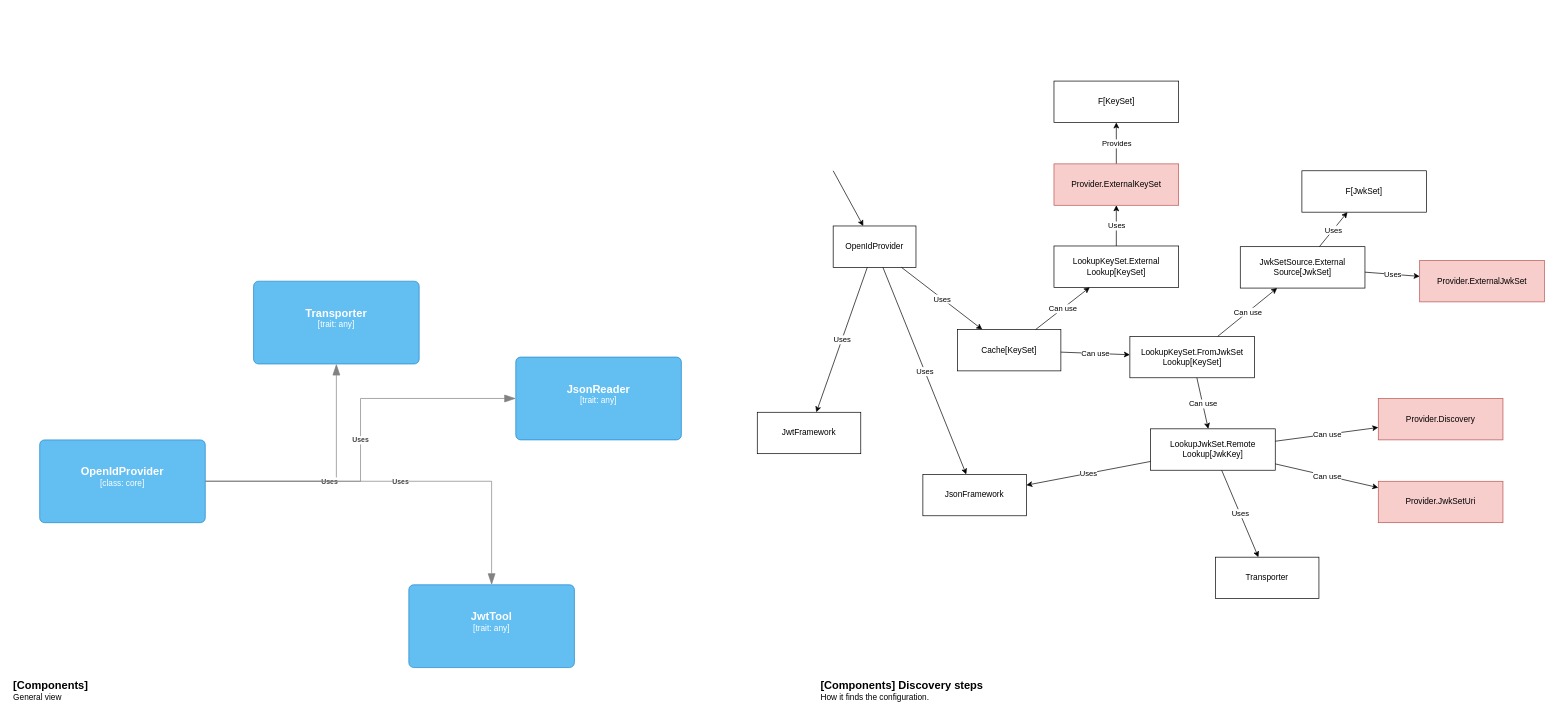
Before: doc.drawio in estrondo/moidc4s, a draw.io diagram. Source tidied: cells renumbered, new cells numbered last; positions are measured from the earlier drawing's top-left corner, leaving out a move shared by most shapes. Both pictures are drawn from the tidied source at 69%, with x=0, y=0 at pixel (12, 81).
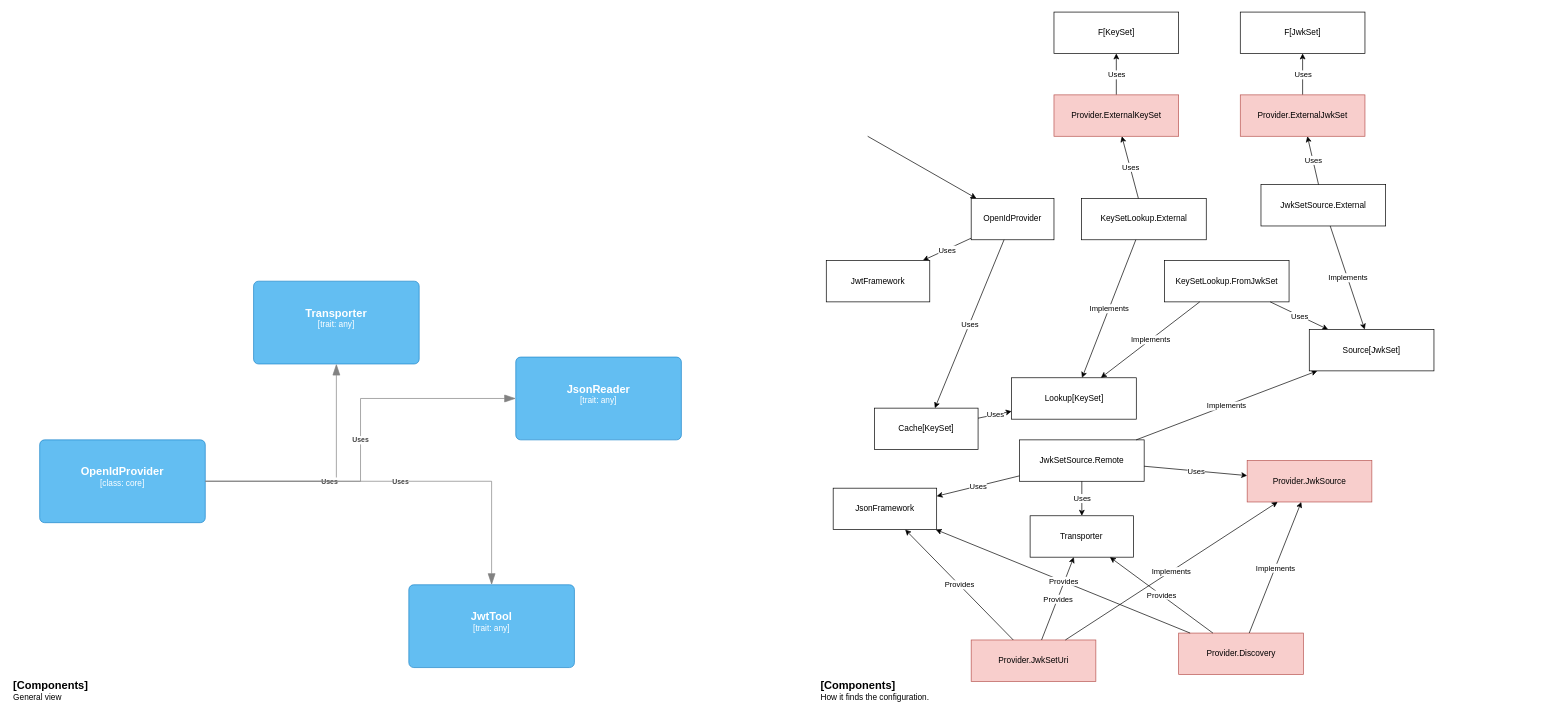
The same page after the edit.

The change refers to these unchanged cells:
```xml
<mxCell id="41" style="endArrow=classic;html=1;rounded=0;" parent="1" edge="1" source="52" target="40">
  <mxGeometry relative="1" as="geometry" />
</mxCell>
```

The edit, as a diff of the source:
```diff
@@
-    <object id="10" label="&lt;font style=&quot;font-size: 16px&quot;&gt;&lt;b&gt;&lt;div style=&quot;text-align: left&quot;&gt;%c4Name%&lt;/div&gt;&lt;/b&gt;&lt;/font&gt;&lt;div style=&quot;text-align: left&quot;&gt;%c4Description%&lt;/div&gt;" c4Description="How it finds the configuration." c4Name="[Components] Discovery steps" placeholders="1">
+    <object id="10" label="&lt;font style=&quot;font-size: 16px&quot;&gt;&lt;b&gt;&lt;div style=&quot;text-align: left&quot;&gt;%c4Name%&lt;/div&gt;&lt;/b&gt;&lt;/font&gt;&lt;div style=&quot;text-align: left&quot;&gt;%c4Description%&lt;/div&gt;" c4Description="How it finds the configuration." c4Name="[Components]" placeholders="1">
       <mxCell style="text;html=1;strokeColor=none;fillColor=none;align=left;verticalAlign=top;whiteSpace=wrap;rounded=0;" parent="1" vertex="1">
         <mxGeometry x="1170" y="860" width="260" height="40" as="geometry" />
       </mxCell>
     </object>
     <mxCell id="11" value="OpenIdProvider" style="rounded=0;whiteSpace=wrap;html=1;" parent="1" vertex="1">
-      <mxGeometry x="1190" y="210" width="120" height="60" as="geometry" />
+      <mxGeometry x="1390" y="170" width="120" height="60" as="geometry" />
     </mxCell>
     <mxCell id="12" style="endArrow=classic;html=1;rounded=0;" parent="1" edge="1" target="11">
       <mxGeometry relative="1" as="geometry">
-        <mxPoint x="1190" y="130" as="sourcePoint" />
+        <mxPoint x="1240" y="80" as="sourcePoint" />
       </mxGeometry>
     </mxCell>
     <mxCell id="13" value="Transporter" style="rounded=0;whiteSpace=wrap;html=1;" parent="1" vertex="1">
-      <mxGeometry x="1744" y="690" width="150" height="60" as="geometry" />
+      <mxGeometry x="1475.4" y="630" width="150" height="60" as="geometry" />
     </mxCell>
     <mxCell id="14" value="JsonFramework" style="rounded=0;whiteSpace=wrap;html=1;" parent="1" vertex="1">
-      <mxGeometry x="1320" y="570" width="150" height="60" as="geometry" />
+      <mxGeometry x="1190" y="590" width="150" height="60" as="geometry" />
     </mxCell>
     <mxCell id="15" value="Cache[KeySet]" style="rounded=0;whiteSpace=wrap;html=1;" parent="1" vertex="1">
-      <mxGeometry x="1370" y="360" width="150" height="60" as="geometry" />
+      <mxGeometry x="1250" y="474" width="150" height="60" as="geometry" />
     </mxCell>
@@
     <mxCell id="20" value="JwtFramework" style="rounded=0;whiteSpace=wrap;html=1;" parent="1" vertex="1">
-      <mxGeometry x="1080" y="480" width="150" height="60" as="geometry" />
+      <mxGeometry x="1180" y="260" width="150" height="60" as="geometry" />
     </mxCell>
-    <mxCell id="21" value="LookupKeySet.FromJwkSet&lt;br&gt;Lookup[KeySet]" style="rounded=0;whiteSpace=wrap;html=1;" parent="1" vertex="1">
-      <mxGeometry x="1620" y="370" width="180.7" height="60" as="geometry" />
+    <mxCell id="21" value="KeySetLookup.FromJwkSet" style="rounded=0;whiteSpace=wrap;html=1;" parent="1" vertex="1">
+      <mxGeometry x="1670" y="260" width="180.7" height="60" as="geometry" />
     </mxCell>
-    <mxCell id="22" style="endArrow=classic;html=1;rounded=0;" parent="1" edge="1" source="15" target="21">
-      <mxGeometry relative="1" as="geometry" />
-    </mxCell>
-    <mxCell id="23" value="Can use" style="edgeLabel;html=1;align=center;verticalAlign=middle;" parent="22" vertex="1">
-      <mxGeometry relative="1" as="geometry" />
-    </mxCell>
-    <mxCell id="24" value="LookupJwkSet.Remote&lt;br&gt;Lookup[JwkKey]" style="rounded=0;whiteSpace=wrap;html=1;" parent="1" vertex="1">
-      <mxGeometry x="1650" y="504" width="180.7" height="60" as="geometry" />
+    <mxCell id="24" value="JwkSetSource.Remote" style="rounded=0;whiteSpace=wrap;html=1;" parent="1" vertex="1">
+      <mxGeometry x="1460" y="520" width="180.7" height="60" as="geometry" />
     </mxCell>
-    <mxCell id="25" style="endArrow=classic;html=1;rounded=0;" parent="1" edge="1" source="21" target="24">
+    <mxCell id="25" style="endArrow=classic;html=1;rounded=0;" parent="1" edge="1" source="24" target="57">
       <mxGeometry relative="1" as="geometry" />
     </mxCell>
-    <mxCell id="26" value="Can use" style="edgeLabel;html=1;align=center;verticalAlign=middle;" parent="25" vertex="1">
+    <mxCell id="26" value="&lt;div&gt;Implements&lt;/div&gt;" style="edgeLabel;html=1;align=center;verticalAlign=middle;" parent="25" vertex="1">
       <mxGeometry relative="1" as="geometry" />
     </mxCell>
-    <mxCell id="27" value="JwkSetSource.External&lt;br&gt;Source[JwkSet]" style="rounded=0;whiteSpace=wrap;html=1;" parent="1" vertex="1">
-      <mxGeometry x="1780" y="240" width="180.7" height="60" as="geometry" />
+    <mxCell id="27" value="JwkSetSource.External" style="rounded=0;whiteSpace=wrap;html=1;" parent="1" vertex="1">
+      <mxGeometry x="1810" y="150" width="180.7" height="60" as="geometry" />
     </mxCell>
-    <mxCell id="28" style="endArrow=classic;html=1;rounded=0;" parent="1" edge="1" source="21" target="27">
+    <mxCell id="28" style="endArrow=classic;html=1;rounded=0;" parent="1" edge="1" source="21" target="57">
       <mxGeometry relative="1" as="geometry" />
     </mxCell>
-    <mxCell id="29" value="Can use" style="edgeLabel;html=1;align=center;verticalAlign=middle;" parent="28" vertex="1">
+    <mxCell id="29" value="Uses" style="edgeLabel;html=1;align=center;verticalAlign=middle;" parent="28" vertex="1">
       <mxGeometry relative="1" as="geometry" />
     </mxCell>
     <mxCell id="30" value="F[JwkSet]" style="rounded=0;whiteSpace=wrap;html=1;" parent="1" vertex="1">
-      <mxGeometry x="1869.3" y="130" width="180.7" height="60" as="geometry" />
+      <mxGeometry x="1780" y="-100" width="180.7" height="60" as="geometry" />
     </mxCell>
-    <mxCell id="31" style="endArrow=classic;html=1;rounded=0;" parent="1" edge="1" source="27" target="30">
+    <mxCell id="31" style="endArrow=classic;html=1;rounded=0;" parent="1" edge="1" source="49" target="30">
       <mxGeometry relative="1" as="geometry" />
     </mxCell>
@@
-    <mxCell id="37" value="LookupKeySet.External&lt;br&gt;Lookup[KeySet]" style="rounded=0;whiteSpace=wrap;html=1;" parent="1" vertex="1">
-      <mxGeometry x="1510" y="239" width="180.7" height="60" as="geometry" />
+    <mxCell id="37" value="&lt;div&gt;KeySetLookup.External&lt;/div&gt;" style="rounded=0;whiteSpace=wrap;html=1;" parent="1" vertex="1">
+      <mxGeometry x="1550" y="170" width="180.7" height="60" as="geometry" />
     </mxCell>
-    <mxCell id="38" style="endArrow=classic;html=1;rounded=0;" parent="1" edge="1" source="15" target="37">
+    <mxCell id="38" style="endArrow=classic;html=1;rounded=0;" parent="1" edge="1" source="15" target="60">
       <mxGeometry relative="1" as="geometry" />
     </mxCell>
-    <mxCell id="39" value="Can use" style="edgeLabel;html=1;align=center;verticalAlign=middle;" parent="38" vertex="1">
+    <mxCell id="39" value="Uses" style="edgeLabel;html=1;align=center;verticalAlign=middle;" parent="38" vertex="1">
       <mxGeometry relative="1" as="geometry" />
     </mxCell>
     <mxCell id="40" value="F[KeySet]" style="rounded=0;whiteSpace=wrap;html=1;" parent="1" vertex="1">
-      <mxGeometry x="1510" width="180.7" height="60" as="geometry" />
+      <mxGeometry x="1510" y="-100" width="180.7" height="60" as="geometry" />
     </mxCell>
@@
-    <mxCell id="42" value="Provides" style="edgeLabel;html=1;align=center;verticalAlign=middle;" parent="41" vertex="1">
+    <mxCell id="42" value="Uses" style="edgeLabel;html=1;align=center;verticalAlign=middle;" parent="41" vertex="1">
       <mxGeometry relative="1" as="geometry" />
     </mxCell>
     <mxCell id="43" value="Provider.Discovery" style="rounded=0;whiteSpace=wrap;html=1;fillColor=#f8cecc;strokeColor=#b85450;" parent="1" vertex="1">
-      <mxGeometry x="1980" y="460" width="180.7" height="60" as="geometry" />
+      <mxGeometry x="1690.7" y="800" width="180.7" height="60" as="geometry" />
     </mxCell>
     <mxCell id="44" value="Provider.JwkSetUri" style="rounded=0;whiteSpace=wrap;html=1;fillColor=#f8cecc;strokeColor=#b85450;" parent="1" vertex="1">
-      <mxGeometry x="1980" y="580" width="180.7" height="60" as="geometry" />
+      <mxGeometry x="1390" y="810" width="180.7" height="60" as="geometry" />
     </mxCell>
-    <mxCell id="45" style="endArrow=classic;html=1;rounded=0;" parent="1" edge="1" source="24" target="43">
+    <mxCell id="45" style="endArrow=classic;html=1;rounded=0;" parent="1" edge="1" source="24" target="65">
       <mxGeometry relative="1" as="geometry" />
     </mxCell>
-    <mxCell id="46" value="Can use" style="edgeLabel;html=1;align=center;verticalAlign=middle;" parent="45" vertex="1">
+    <mxCell id="46" value="Uses" style="edgeLabel;html=1;align=center;verticalAlign=middle;" parent="45" vertex="1">
       <mxGeometry relative="1" as="geometry" />
     </mxCell>
-    <mxCell id="47" style="endArrow=classic;html=1;rounded=0;" parent="1" edge="1" source="24" target="44">
-      <mxGeometry relative="1" as="geometry" />
-    </mxCell>
-    <mxCell id="48" value="Can use" style="edgeLabel;html=1;align=center;verticalAlign=middle;" parent="47" vertex="1">
-      <mxGeometry relative="1" as="geometry" />
-    </mxCell>
     <mxCell id="49" value="Provider.ExternalJwkSet" style="rounded=0;whiteSpace=wrap;html=1;fillColor=#f8cecc;strokeColor=#b85450;" parent="1" vertex="1">
-      <mxGeometry x="2040" y="260" width="180.7" height="60" as="geometry" />
+      <mxGeometry x="1780" y="20" width="180.7" height="60" as="geometry" />
     </mxCell>
@@
     <mxCell id="52" value="Provider.ExternalKeySet" style="rounded=0;whiteSpace=wrap;html=1;fillColor=#f8cecc;strokeColor=#b85450;" parent="1" vertex="1">
-      <mxGeometry x="1510" y="120" width="180.7" height="60" as="geometry" />
+      <mxGeometry x="1510" y="20" width="180.7" height="60" as="geometry" />
     </mxCell>
@@
-    <mxCell id="55" style="endArrow=classic;html=1;rounded=0;" parent="1" edge="1" source="11" target="14">
-      <mxGeometry relative="1" as="geometry" />
-    </mxCell>
-    <mxCell id="56" value="Uses" style="edgeLabel;html=1;align=center;verticalAlign=middle;" parent="55" vertex="1">
-      <mxGeometry relative="1" as="geometry" />
-    </mxCell>
+    <mxCell id="57" value="Source[JwkSet]" style="rounded=0;whiteSpace=wrap;html=1;" parent="1" vertex="1">
+      <mxGeometry x="1880" y="360" width="180.7" height="60" as="geometry" />
+    </mxCell>
+    <mxCell id="58" style="endArrow=classic;html=1;rounded=0;" parent="1" edge="1" source="27" target="57">
+      <mxGeometry relative="1" as="geometry" />
+    </mxCell>
+    <mxCell id="59" value="Implements" style="edgeLabel;html=1;align=center;verticalAlign=middle;" parent="58" vertex="1">
+      <mxGeometry relative="1" as="geometry" />
+    </mxCell>
+    <mxCell id="60" value="Lookup[KeySet]" style="rounded=0;whiteSpace=wrap;html=1;" parent="1" vertex="1">
+      <mxGeometry x="1448.6" y="430" width="180.7" height="60" as="geometry" />
+    </mxCell>
+    <mxCell id="61" style="endArrow=classic;html=1;rounded=0;" parent="1" edge="1" source="37" target="60">
+      <mxGeometry relative="1" as="geometry" />
+    </mxCell>
+    <mxCell id="62" value="Implements" style="edgeLabel;html=1;align=center;verticalAlign=middle;" parent="61" vertex="1">
+      <mxGeometry relative="1" as="geometry" />
+    </mxCell>
+    <mxCell id="63" style="endArrow=classic;html=1;rounded=0;" parent="1" edge="1" source="21" target="60">
+      <mxGeometry relative="1" as="geometry" />
+    </mxCell>
+    <mxCell id="64" value="Implements" style="edgeLabel;html=1;align=center;verticalAlign=middle;" parent="63" vertex="1">
+      <mxGeometry relative="1" as="geometry" />
+    </mxCell>
+    <mxCell id="65" value="Provider.JwkSource" style="rounded=0;whiteSpace=wrap;html=1;fillColor=#f8cecc;strokeColor=#b85450;" parent="1" vertex="1">
+      <mxGeometry x="1790" y="550" width="180.7" height="60" as="geometry" />
+    </mxCell>
+    <mxCell id="66" style="endArrow=classic;html=1;rounded=0;" parent="1" edge="1" source="43" target="65">
+      <mxGeometry relative="1" as="geometry" />
+    </mxCell>
+    <mxCell id="67" value="Implements" style="edgeLabel;html=1;align=center;verticalAlign=middle;" parent="66" vertex="1">
+      <mxGeometry relative="1" as="geometry" />
+    </mxCell>
+    <mxCell id="68" style="endArrow=classic;html=1;rounded=0;" parent="1" edge="1" source="44" target="65">
+      <mxGeometry relative="1" as="geometry" />
+    </mxCell>
+    <mxCell id="69" value="Implements" style="edgeLabel;html=1;align=center;verticalAlign=middle;" parent="68" vertex="1">
+      <mxGeometry relative="1" as="geometry" />
+    </mxCell>
+    <mxCell id="70" style="endArrow=classic;html=1;rounded=0;" parent="1" edge="1" source="43" target="13">
+      <mxGeometry relative="1" as="geometry" />
+    </mxCell>
+    <mxCell id="71" value="&lt;div&gt;Provides&lt;/div&gt;" style="edgeLabel;html=1;align=center;verticalAlign=middle;" parent="70" vertex="1">
+      <mxGeometry relative="1" as="geometry" />
+    </mxCell>
+    <mxCell id="72" style="endArrow=classic;html=1;rounded=0;" parent="1" edge="1" source="44" target="13">
+      <mxGeometry relative="1" as="geometry" />
+    </mxCell>
+    <mxCell id="73" value="&lt;div&gt;Provides&lt;/div&gt;" style="edgeLabel;html=1;align=center;verticalAlign=middle;" parent="72" vertex="1">
+      <mxGeometry relative="1" as="geometry" />
+    </mxCell>
+    <mxCell id="74" style="endArrow=classic;html=1;rounded=0;" parent="1" edge="1" source="43" target="14">
+      <mxGeometry relative="1" as="geometry" />
+    </mxCell>
+    <mxCell id="75" value="&lt;div&gt;Provides&lt;/div&gt;" style="edgeLabel;html=1;align=center;verticalAlign=middle;" parent="74" vertex="1">
+      <mxGeometry relative="1" as="geometry" />
+    </mxCell>
+    <mxCell id="76" style="endArrow=classic;html=1;rounded=0;" parent="1" edge="1" source="44" target="14">
+      <mxGeometry relative="1" as="geometry" />
+    </mxCell>
+    <mxCell id="77" value="&lt;div&gt;Provides&lt;/div&gt;" style="edgeLabel;html=1;align=center;verticalAlign=middle;" parent="76" vertex="1">
+      <mxGeometry relative="1" as="geometry" />
+    </mxCell>
```
